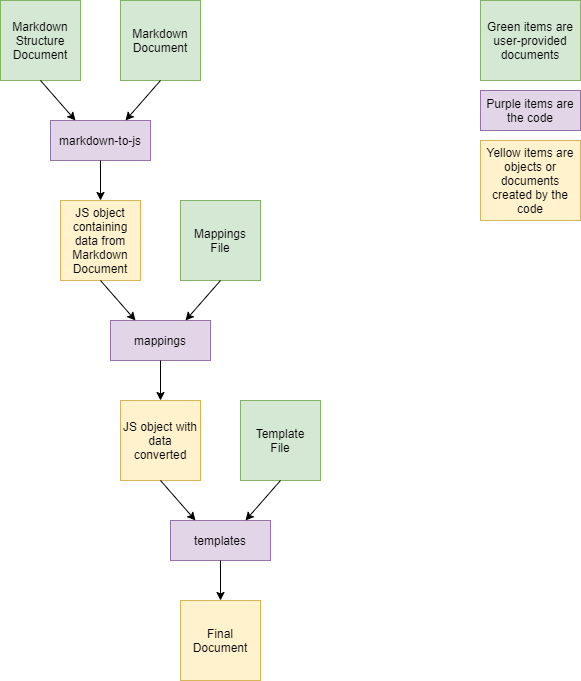
Earlier version of the draw.io export docs/markdown-to-x.png (folkforms/markdown-to-x). Source tidied: cells renumbered, new cells last; positions are measured from the earlier drawing's top-left corner, leaving out a move shared by most shapes. Source of this version:
```xml
<mxGraphModel>
  <root>
    <mxCell id="0" />
    <mxCell id="1" parent="0" />
    <mxCell id="2" value="Markdown&lt;br&gt;Structure&lt;br&gt;Document" style="rounded=0;whiteSpace=wrap;html=1;fillColor=#d5e8d4;strokeColor=#82b366;" parent="1" vertex="1">
      <mxGeometry width="80" height="80" as="geometry" />
    </mxCell>
    <mxCell id="3" value="Markdown&lt;br&gt;Document" style="rounded=0;whiteSpace=wrap;html=1;fillColor=#d5e8d4;strokeColor=#82b366;" parent="1" vertex="1">
      <mxGeometry x="120" width="80" height="80" as="geometry" />
    </mxCell>
    <mxCell id="4" value="markdown-to-js" style="rounded=0;whiteSpace=wrap;html=1;fillColor=#e1d5e7;strokeColor=#9673a6;" parent="1" vertex="1">
      <mxGeometry x="50" y="120" width="100" height="40" as="geometry" />
    </mxCell>
    <mxCell id="5" style="endArrow=classic;html=1;exitX=0.5;exitY=1;exitDx=0;exitDy=0;entryX=0.25;entryY=0;entryDx=0;entryDy=0;" parent="1" edge="1" source="2" target="4">
      <mxGeometry relative="1" as="geometry" />
    </mxCell>
    <mxCell id="6" style="endArrow=classic;html=1;exitX=0.5;exitY=1;exitDx=0;exitDy=0;entryX=0.75;entryY=0;entryDx=0;entryDy=0;" parent="1" edge="1" source="3" target="4">
      <mxGeometry relative="1" as="geometry" />
    </mxCell>
    <mxCell id="7" value="JS object containing data from Markdown Document" style="rounded=0;whiteSpace=wrap;html=1;fillColor=#fff2cc;strokeColor=#d6b656;" parent="1" vertex="1">
      <mxGeometry x="60" y="200" width="80" height="80" as="geometry" />
    </mxCell>
    <mxCell id="8" style="endArrow=classic;html=1;exitX=0.5;exitY=1;exitDx=0;exitDy=0;entryX=0.5;entryY=0;entryDx=0;entryDy=0;" parent="1" edge="1" source="4" target="7">
      <mxGeometry relative="1" as="geometry" />
    </mxCell>
    <mxCell id="9" value="Mappings&lt;br&gt;File" style="rounded=0;whiteSpace=wrap;html=1;fillColor=#d5e8d4;strokeColor=#82b366;" parent="1" vertex="1">
      <mxGeometry x="180" y="200" width="80" height="80" as="geometry" />
    </mxCell>
    <mxCell id="10" value="mappings" style="rounded=0;whiteSpace=wrap;html=1;fillColor=#e1d5e7;strokeColor=#9673a6;" parent="1" vertex="1">
      <mxGeometry x="110" y="320" width="100" height="40" as="geometry" />
    </mxCell>
    <mxCell id="11" style="endArrow=classic;html=1;exitX=0.5;exitY=1;exitDx=0;exitDy=0;entryX=0.25;entryY=0;entryDx=0;entryDy=0;" parent="1" edge="1" source="7" target="10">
      <mxGeometry relative="1" as="geometry" />
    </mxCell>
    <mxCell id="12" style="endArrow=classic;html=1;exitX=0.5;exitY=1;exitDx=0;exitDy=0;entryX=0.75;entryY=0;entryDx=0;entryDy=0;" parent="1" edge="1" source="9" target="10">
      <mxGeometry relative="1" as="geometry" />
    </mxCell>
    <mxCell id="13" value="JS object with data converted&lt;br&gt;" style="rounded=0;whiteSpace=wrap;html=1;fillColor=#fff2cc;strokeColor=#d6b656;" parent="1" vertex="1">
      <mxGeometry x="120" y="400" width="80" height="80" as="geometry" />
    </mxCell>
    <mxCell id="14" style="endArrow=classic;html=1;exitX=0.5;exitY=1;exitDx=0;exitDy=0;entryX=0.5;entryY=0;entryDx=0;entryDy=0;" parent="1" edge="1" source="10" target="13">
      <mxGeometry relative="1" as="geometry" />
    </mxCell>
    <mxCell id="15" value="templates" style="rounded=0;whiteSpace=wrap;html=1;fillColor=#e1d5e7;strokeColor=#9673a6;" parent="1" vertex="1">
      <mxGeometry x="170" y="520" width="100" height="40" as="geometry" />
    </mxCell>
    <mxCell id="16" value="Template&lt;br&gt;File" style="rounded=0;whiteSpace=wrap;html=1;fillColor=#d5e8d4;strokeColor=#82b366;" parent="1" vertex="1">
      <mxGeometry x="240" y="400" width="80" height="80" as="geometry" />
    </mxCell>
    <mxCell id="17" value="Final Document" style="rounded=0;whiteSpace=wrap;html=1;fillColor=#fff2cc;strokeColor=#d6b656;" parent="1" vertex="1">
      <mxGeometry x="180" y="600" width="80" height="80" as="geometry" />
    </mxCell>
    <mxCell id="18" style="endArrow=classic;html=1;exitX=0.5;exitY=1;exitDx=0;exitDy=0;entryX=0.25;entryY=0;entryDx=0;entryDy=0;" parent="1" edge="1" source="13" target="15">
      <mxGeometry relative="1" as="geometry" />
    </mxCell>
    <mxCell id="19" style="endArrow=classic;html=1;exitX=0.5;exitY=1;exitDx=0;exitDy=0;entryX=0.75;entryY=0;entryDx=0;entryDy=0;" parent="1" edge="1" source="16" target="15">
      <mxGeometry relative="1" as="geometry" />
    </mxCell>
    <mxCell id="20" style="endArrow=classic;html=1;exitX=0.5;exitY=1;exitDx=0;exitDy=0;entryX=0.5;entryY=0;entryDx=0;entryDy=0;" parent="1" edge="1" source="15" target="17">
      <mxGeometry relative="1" as="geometry" />
    </mxCell>
    <mxCell id="21" value="Green items are user-provided documents" style="rounded=0;whiteSpace=wrap;html=1;fillColor=#d5e8d4;strokeColor=#82b366;" parent="1" vertex="1">
      <mxGeometry x="480" width="100" height="80" as="geometry" />
    </mxCell>
    <mxCell id="22" value="Purple items are the code" style="rounded=0;whiteSpace=wrap;html=1;fillColor=#e1d5e7;strokeColor=#9673a6;" parent="1" vertex="1">
      <mxGeometry x="480" y="90" width="100" height="40" as="geometry" />
    </mxCell>
    <mxCell id="23" value="Yellow items are objects or documents created by the code" style="rounded=0;whiteSpace=wrap;html=1;fillColor=#fff2cc;strokeColor=#d6b656;" parent="1" vertex="1">
      <mxGeometry x="480" y="140" width="100" height="80" as="geometry" />
    </mxCell>
  </root>
</mxGraphModel>
```
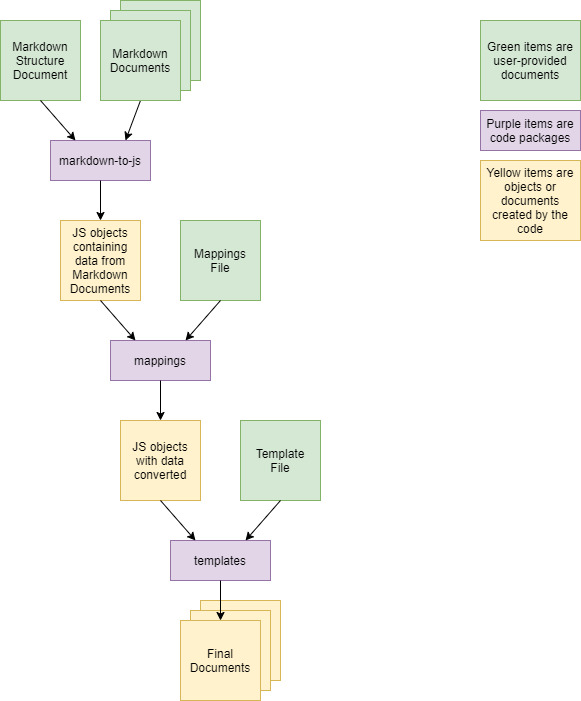
After the change.

Commit message:
Updated architecture diagram to show multiple input and output documents

The edit, as a diff of the source:
```diff
@@ -5,8 +5,8 @@
     <mxCell id="2" value="Markdown&lt;br&gt;Structure&lt;br&gt;Document" style="rounded=0;whiteSpace=wrap;html=1;fillColor=#d5e8d4;strokeColor=#82b366;" parent="1" vertex="1">
       <mxGeometry width="80" height="80" as="geometry" />
     </mxCell>
-    <mxCell id="3" value="Markdown&lt;br&gt;Document" style="rounded=0;whiteSpace=wrap;html=1;fillColor=#d5e8d4;strokeColor=#82b366;" parent="1" vertex="1">
-      <mxGeometry x="120" width="80" height="80" as="geometry" />
+    <mxCell id="3" value="Markdown&lt;br&gt;Documents" style="rounded=0;whiteSpace=wrap;html=1;fillColor=#d5e8d4;strokeColor=#82b366;" parent="1" vertex="1">
+      <mxGeometry x="120" y="-20" width="80" height="80" as="geometry" />
     </mxCell>
     <mxCell id="4" value="markdown-to-js" style="rounded=0;whiteSpace=wrap;html=1;fillColor=#e1d5e7;strokeColor=#9673a6;" parent="1" vertex="1">
       <mxGeometry x="50" y="120" width="100" height="40" as="geometry" />
@@ -14,10 +14,10 @@
     <mxCell id="5" style="endArrow=classic;html=1;exitX=0.5;exitY=1;exitDx=0;exitDy=0;entryX=0.25;entryY=0;entryDx=0;entryDy=0;" parent="1" edge="1" source="2" target="4">
       <mxGeometry relative="1" as="geometry" />
     </mxCell>
-    <mxCell id="6" style="endArrow=classic;html=1;exitX=0.5;exitY=1;exitDx=0;exitDy=0;entryX=0.75;entryY=0;entryDx=0;entryDy=0;" parent="1" edge="1" source="3" target="4">
+    <mxCell id="6" style="endArrow=classic;html=1;exitX=0.5;exitY=1;exitDx=0;exitDy=0;entryX=0.75;entryY=0;entryDx=0;entryDy=0;" parent="1" edge="1" source="25" target="4">
       <mxGeometry relative="1" as="geometry" />
     </mxCell>
-    <mxCell id="7" value="JS object containing data from Markdown Document" style="rounded=0;whiteSpace=wrap;html=1;fillColor=#fff2cc;strokeColor=#d6b656;" parent="1" vertex="1">
+    <mxCell id="7" value="JS objects containing data from Markdown Documents" style="rounded=0;whiteSpace=wrap;html=1;fillColor=#fff2cc;strokeColor=#d6b656;" parent="1" vertex="1">
       <mxGeometry x="60" y="200" width="80" height="80" as="geometry" />
     </mxCell>
     <mxCell id="8" style="endArrow=classic;html=1;exitX=0.5;exitY=1;exitDx=0;exitDy=0;entryX=0.5;entryY=0;entryDx=0;entryDy=0;" parent="1" edge="1" source="4" target="7">
@@ -35,7 +35,7 @@
     <mxCell id="12" style="endArrow=classic;html=1;exitX=0.5;exitY=1;exitDx=0;exitDy=0;entryX=0.75;entryY=0;entryDx=0;entryDy=0;" parent="1" edge="1" source="9" target="10">
       <mxGeometry relative="1" as="geometry" />
     </mxCell>
-    <mxCell id="13" value="JS object with data converted&lt;br&gt;" style="rounded=0;whiteSpace=wrap;html=1;fillColor=#fff2cc;strokeColor=#d6b656;" parent="1" vertex="1">
+    <mxCell id="13" value="JS objects with data converted" style="rounded=0;whiteSpace=wrap;html=1;fillColor=#fff2cc;strokeColor=#d6b656;" parent="1" vertex="1">
       <mxGeometry x="120" y="400" width="80" height="80" as="geometry" />
     </mxCell>
     <mxCell id="14" style="endArrow=classic;html=1;exitX=0.5;exitY=1;exitDx=0;exitDy=0;entryX=0.5;entryY=0;entryDx=0;entryDy=0;" parent="1" edge="1" source="10" target="13">
@@ -47,8 +47,8 @@
     <mxCell id="16" value="Template&lt;br&gt;File" style="rounded=0;whiteSpace=wrap;html=1;fillColor=#d5e8d4;strokeColor=#82b366;" parent="1" vertex="1">
       <mxGeometry x="240" y="400" width="80" height="80" as="geometry" />
     </mxCell>
-    <mxCell id="17" value="Final Document" style="rounded=0;whiteSpace=wrap;html=1;fillColor=#fff2cc;strokeColor=#d6b656;" parent="1" vertex="1">
-      <mxGeometry x="180" y="600" width="80" height="80" as="geometry" />
+    <mxCell id="17" value="Final Documents" style="rounded=0;whiteSpace=wrap;html=1;fillColor=#fff2cc;strokeColor=#d6b656;" parent="1" vertex="1">
+      <mxGeometry x="200" y="580" width="80" height="80" as="geometry" />
     </mxCell>
     <mxCell id="18" style="endArrow=classic;html=1;exitX=0.5;exitY=1;exitDx=0;exitDy=0;entryX=0.25;entryY=0;entryDx=0;entryDy=0;" parent="1" edge="1" source="13" target="15">
       <mxGeometry relative="1" as="geometry" />
@@ -56,17 +56,31 @@
     <mxCell id="19" style="endArrow=classic;html=1;exitX=0.5;exitY=1;exitDx=0;exitDy=0;entryX=0.75;entryY=0;entryDx=0;entryDy=0;" parent="1" edge="1" source="16" target="15">
       <mxGeometry relative="1" as="geometry" />
     </mxCell>
-    <mxCell id="20" style="endArrow=classic;html=1;exitX=0.5;exitY=1;exitDx=0;exitDy=0;entryX=0.5;entryY=0;entryDx=0;entryDy=0;" parent="1" edge="1" source="15" target="17">
-      <mxGeometry relative="1" as="geometry" />
-    </mxCell>
     <mxCell id="21" value="Green items are user-provided documents" style="rounded=0;whiteSpace=wrap;html=1;fillColor=#d5e8d4;strokeColor=#82b366;" parent="1" vertex="1">
       <mxGeometry x="480" width="100" height="80" as="geometry" />
     </mxCell>
-    <mxCell id="22" value="Purple items are the code" style="rounded=0;whiteSpace=wrap;html=1;fillColor=#e1d5e7;strokeColor=#9673a6;" parent="1" vertex="1">
+    <mxCell id="22" value="Purple items are code packages" style="rounded=0;whiteSpace=wrap;html=1;fillColor=#e1d5e7;strokeColor=#9673a6;" parent="1" vertex="1">
       <mxGeometry x="480" y="90" width="100" height="40" as="geometry" />
     </mxCell>
     <mxCell id="23" value="Yellow items are objects or documents created by the code" style="rounded=0;whiteSpace=wrap;html=1;fillColor=#fff2cc;strokeColor=#d6b656;" parent="1" vertex="1">
       <mxGeometry x="480" y="140" width="100" height="80" as="geometry" />
     </mxCell>
+    <mxCell id="24" value="Markdown&lt;br&gt;Documents" style="rounded=0;whiteSpace=wrap;html=1;fillColor=#d5e8d4;strokeColor=#82b366;" parent="1" vertex="1">
+      <mxGeometry x="110" y="-10" width="80" height="80" as="geometry" />
+    </mxCell>
+    <mxCell id="25" value="Markdown&lt;br&gt;Documents" style="rounded=0;whiteSpace=wrap;html=1;fillColor=#d5e8d4;strokeColor=#82b366;" parent="1" vertex="1">
+      <mxGeometry x="100" width="80" height="80" as="geometry" />
+    </mxCell>
+    <mxCell id="26" value="Final Documents" style="rounded=0;whiteSpace=wrap;html=1;fillColor=#fff2cc;strokeColor=#d6b656;" parent="1" vertex="1">
+      <mxGeometry x="190" y="590" width="80" height="80" as="geometry" />
+    </mxCell>
+    <mxCell id="27" value="Final Documents" style="rounded=0;whiteSpace=wrap;html=1;fillColor=#fff2cc;strokeColor=#d6b656;" parent="1" vertex="1">
+      <mxGeometry x="180" y="600" width="80" height="80" as="geometry" />
+    </mxCell>
+    <mxCell id="20" style="endArrow=classic;html=1;exitX=0.5;exitY=1;exitDx=0;exitDy=0;" parent="1" edge="1" source="15">
+      <mxGeometry relative="1" as="geometry">
+        <mxPoint x="220" y="600" as="targetPoint" />
+      </mxGeometry>
+    </mxCell>
   </root>
 </mxGraphModel>
```
